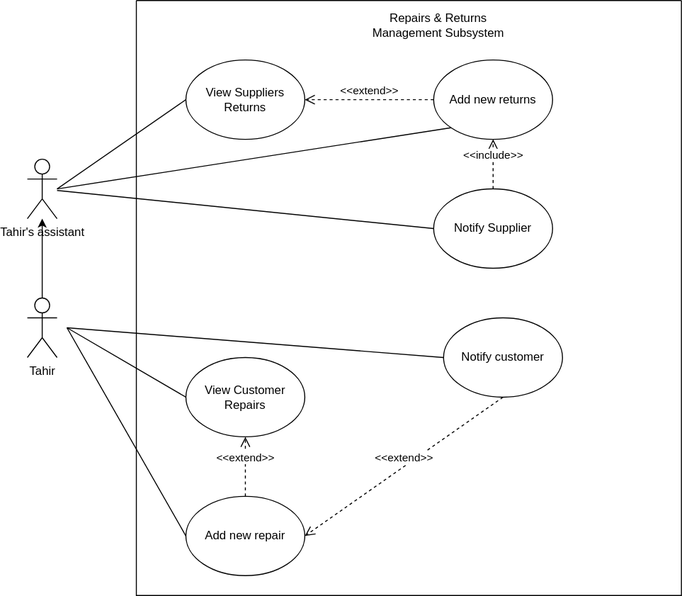
Before: Repairs and Damages.drawio.svg, a diagram exported from draw.io (Simamkele88/IFM3_GP). Source tidied: cells renumbered, new cells last; positions are measured from the earlier drawing's top-left corner, leaving out a move shared by most shapes.
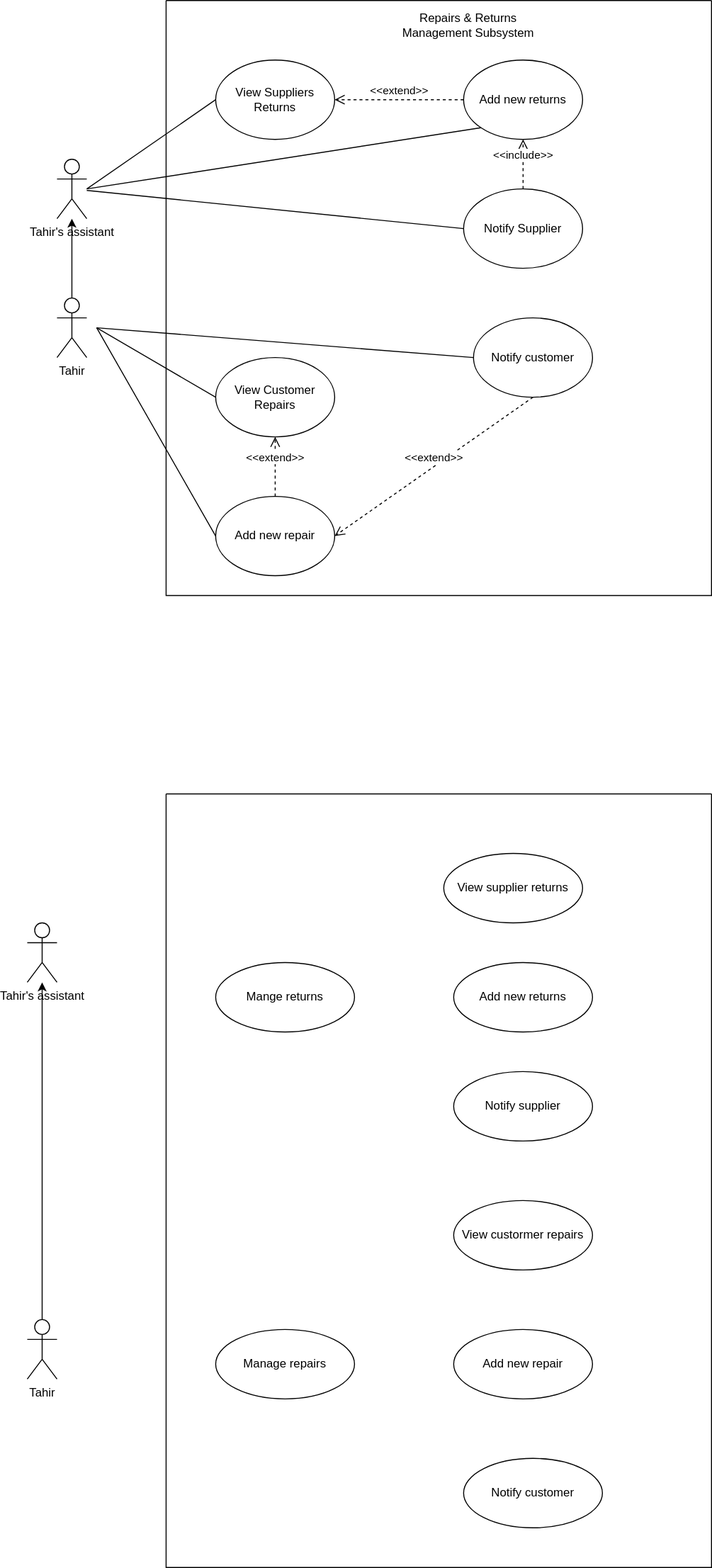
Above is the later version.

Diff of the diagram source:
```diff
@@ -75,5 +75,41 @@
     <mxCell id="22" style="endArrow=none;html=1;rounded=0;entryX=0;entryY=0.5;entryDx=0;entryDy=0;" parent="1" edge="1" source="15" target="5">
       <mxGeometry relative="1" as="geometry" />
     </mxCell>
+    <mxCell id="23" style="swimlane;startSize=0;" parent="1" vertex="1">
+      <mxGeometry x="110" y="800" width="550" height="780" as="geometry" />
+    </mxCell>
+    <mxCell id="24" value="Mange returns" style="ellipse;whiteSpace=wrap;html=1;" parent="23" vertex="1">
+      <mxGeometry x="50" y="170" width="140" height="70" as="geometry" />
+    </mxCell>
+    <mxCell id="25" value="Manage repairs" style="ellipse;whiteSpace=wrap;html=1;" parent="23" vertex="1">
+      <mxGeometry x="50" y="540" width="140" height="70" as="geometry" />
+    </mxCell>
+    <mxCell id="26" value="Add new returns" style="ellipse;whiteSpace=wrap;html=1;" parent="23" vertex="1">
+      <mxGeometry x="290" y="170" width="140" height="70" as="geometry" />
+    </mxCell>
+    <mxCell id="27" value="Notify supplier" style="ellipse;whiteSpace=wrap;html=1;" parent="23" vertex="1">
+      <mxGeometry x="290" y="280" width="140" height="70" as="geometry" />
+    </mxCell>
+    <mxCell id="28" value="View supplier returns" style="ellipse;whiteSpace=wrap;html=1;" parent="23" vertex="1">
+      <mxGeometry x="280" y="60" width="140" height="70" as="geometry" />
+    </mxCell>
+    <mxCell id="29" value="View custormer repairs" style="ellipse;whiteSpace=wrap;html=1;" parent="23" vertex="1">
+      <mxGeometry x="290" y="410" width="140" height="70" as="geometry" />
+    </mxCell>
+    <mxCell id="30" value="Add new repair" style="ellipse;whiteSpace=wrap;html=1;" parent="23" vertex="1">
+      <mxGeometry x="290" y="540" width="140" height="70" as="geometry" />
+    </mxCell>
+    <mxCell id="31" value="Notify customer" style="ellipse;whiteSpace=wrap;html=1;" parent="23" vertex="1">
+      <mxGeometry x="300" y="670" width="140" height="70" as="geometry" />
+    </mxCell>
+    <mxCell id="32" style="edgeStyle=orthogonalEdgeStyle;rounded=0;jettySize=auto;html=1;" parent="1" edge="1" source="33" target="34">
+      <mxGeometry relative="1" as="geometry" />
+    </mxCell>
+    <mxCell id="33" value="Tahir" style="shape=umlActor;verticalLabelPosition=bottom;verticalAlign=top;html=1;" parent="1" vertex="1">
+      <mxGeometry x="-30" y="1330" width="30" height="60" as="geometry" />
+    </mxCell>
+    <mxCell id="34" value="Tahir's assistant" style="shape=umlActor;verticalLabelPosition=bottom;verticalAlign=top;html=1;" parent="1" vertex="1">
+      <mxGeometry x="-30" y="930" width="30" height="60" as="geometry" />
+    </mxCell>
   </root>
 </mxGraphModel>
```
